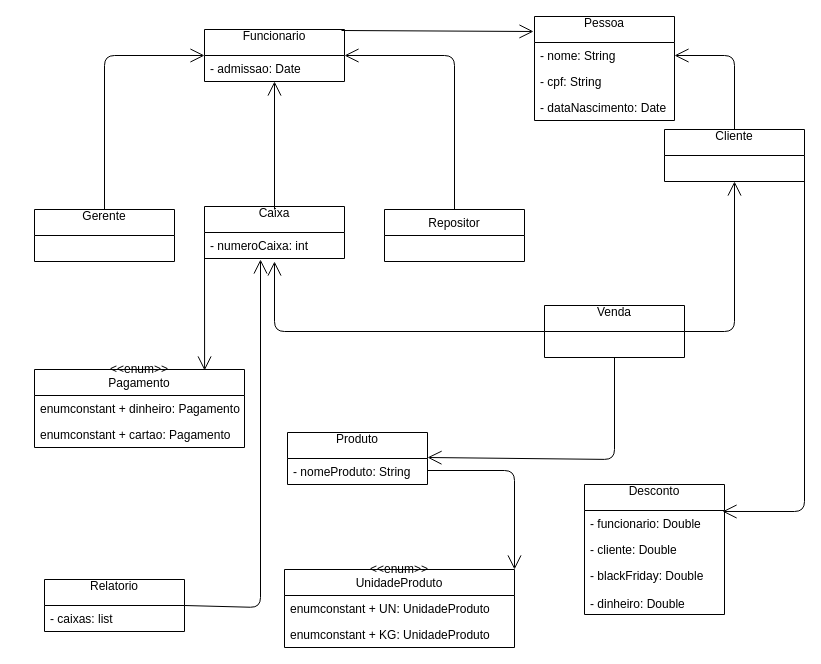
Earlier version of the draw.io diagram Mercadinho do Juvenal.drawio (Thamires-Lopes/mpoo-tlm-20191). Source tidied: cells renumbered, new cells numbered last; positions are measured from the earlier drawing's top-left corner, leaving out a move shared by most shapes. Both pictures are drawn from the tidied source at 100%, with x=0, y=0 at pixel (34, 16).
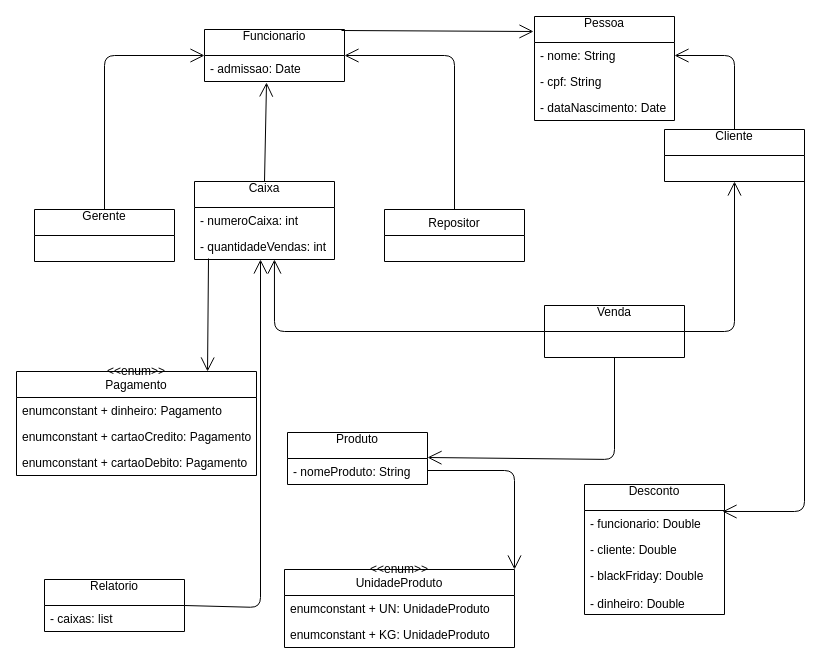
After the change.

The change refers to these unchanged cells:
```xml
<mxCell id="4" value="Venda&#10;" style="swimlane;fontStyle=0;horizontal=1;startSize=26;fillColor=none;" parent="1" vertex="1">
  <mxGeometry x="510" y="289" width="140" height="52" as="geometry" />
</mxCell>
<mxCell id="32" value="- admissao: Date&#10;" style="text;strokeColor=none;fillColor=none;align=left;verticalAlign=top;spacingLeft=4;spacingRight=4;overflow=hidden;points=[[0,0.5],[1,0.5]];portConstraint=eastwest;" parent="31" vertex="1">
  <mxGeometry y="26" width="140" height="26" as="geometry" />
</mxCell>
<mxCell id="37" value="Relatorio&#10;" style="swimlane;fontStyle=0;horizontal=1;startSize=26;fillColor=none;" parent="1" vertex="1">
  <mxGeometry x="10" y="563" width="140" height="52" as="geometry" />
</mxCell>
```

Change to the diagram source:
```diff
@@
-    <mxCell id="7" style="endArrow=open;endFill=1;endSize=12;html=1;exitX=0.5;exitY=0;exitDx=0;exitDy=0;entryX=0.5;entryY=1;entryDx=0;entryDy=0;" parent="1" edge="1">
-      <mxGeometry relative="1" as="geometry">
-        <mxPoint x="240" y="193" as="sourcePoint" />
-        <mxPoint x="240" y="65" as="targetPoint" />
-      </mxGeometry>
+    <mxCell id="7" style="endArrow=open;endFill=1;endSize=12;html=1;exitX=0.5;exitY=0;exitDx=0;exitDy=0;entryX=0.443;entryY=1.038;entryDx=0;entryDy=0;entryPerimeter=0;" parent="1" edge="1" source="21" target="32">
+      <mxGeometry relative="1" as="geometry" />
     </mxCell>
@@
-    <mxCell id="12" style="endArrow=open;endFill=1;endSize=12;html=1;entryX=0.5;entryY=1;entryDx=0;entryDy=0;exitX=0;exitY=0.5;exitDx=0;exitDy=0;" parent="1" edge="1" source="4">
+    <mxCell id="12" style="endArrow=open;endFill=1;endSize=12;html=1;entryX=0.571;entryY=1;entryDx=0;entryDy=0;exitX=0;exitY=0.5;exitDx=0;exitDy=0;entryPerimeter=0;" parent="1" edge="1" source="4" target="42">
       <mxGeometry relative="1" as="geometry">
-        <mxPoint x="240" y="245" as="targetPoint" />
         <Array as="points">
           <mxPoint x="240" y="315" />
         </Array>
       </mxGeometry>
     </mxCell>
@@
-    <mxCell id="15" style="endArrow=open;endFill=1;endSize=12;html=1;exitX=0;exitY=0.115;exitDx=0;exitDy=0;exitPerimeter=0;entryX=0.81;entryY=0.013;entryDx=0;entryDy=0;entryPerimeter=0;" parent="1" edge="1" source="22" target="28">
+    <mxCell id="15" style="endArrow=open;endFill=1;endSize=12;html=1;exitX=0.1;exitY=0.962;exitDx=0;exitDy=0;exitPerimeter=0;entryX=0.796;entryY=0;entryDx=0;entryDy=0;entryPerimeter=0;" parent="1" edge="1" source="42" target="28">
       <mxGeometry relative="1" as="geometry" />
     </mxCell>
@@
-    <mxCell id="21" value="Caixa&#10;" style="swimlane;fontStyle=0;horizontal=1;startSize=26;fillColor=none;" parent="1" vertex="1">
-      <mxGeometry x="170" y="190" width="140" height="52" as="geometry" />
-    </mxCell>
-    <mxCell id="22" value="- numeroCaixa: int&#10;" style="text;strokeColor=none;fillColor=none;align=left;verticalAlign=top;spacingLeft=4;spacingRight=4;overflow=hidden;points=[[0,0.5],[1,0.5]];portConstraint=eastwest;" parent="21" vertex="1">
-      <mxGeometry y="26" width="140" height="26" as="geometry" />
-    </mxCell>
@@
-    <mxCell id="28" value="&lt;&lt;enum&gt;&gt;&#10;Pagamento&#10;" style="swimlane;fontStyle=0;horizontal=1;startSize=26;fillColor=none;" parent="1" vertex="1">
-      <mxGeometry y="353" width="210" height="78" as="geometry" />
-    </mxCell>
-    <mxCell id="29" value="enumconstant + dinheiro: Pagamento&#10;" style="text;strokeColor=none;fillColor=none;align=left;verticalAlign=top;spacingLeft=4;spacingRight=4;overflow=hidden;" parent="28" vertex="1">
-      <mxGeometry y="26" width="210" height="26" as="geometry" />
-    </mxCell>
-    <mxCell id="30" value="enumconstant + cartao: Pagamento&#10;" style="text;strokeColor=none;fillColor=none;align=left;verticalAlign=top;spacingLeft=4;spacingRight=4;overflow=hidden;" parent="28" vertex="1">
-      <mxGeometry y="52" width="210" height="26" as="geometry" />
-    </mxCell>
@@
-    <mxCell id="39" style="endArrow=open;endFill=1;endSize=12;html=1;entryX=0.4;entryY=1.038;entryDx=0;entryDy=0;entryPerimeter=0;exitX=1;exitY=0.5;exitDx=0;exitDy=0;" parent="1" edge="1" source="37" target="22">
+    <mxCell id="39" style="endArrow=open;endFill=1;endSize=12;html=1;entryX=0.4;entryY=1.038;entryDx=0;entryDy=0;entryPerimeter=0;exitX=1;exitY=0.5;exitDx=0;exitDy=0;" parent="1" edge="1" source="37">
       <mxGeometry relative="1" as="geometry">
+        <mxPoint x="226" y="243" as="targetPoint" />
         <Array as="points">
           <mxPoint x="226" y="591" />
         </Array>
       </mxGeometry>
     </mxCell>
+    <mxCell id="28" value="&lt;&lt;enum&gt;&gt;&#10;Pagamento&#10;" style="swimlane;fontStyle=0;horizontal=1;startSize=26;fillColor=none;" parent="1" vertex="1">
+      <mxGeometry x="-18" y="355" width="240" height="104" as="geometry" />
+    </mxCell>
+    <mxCell id="29" value="enumconstant + dinheiro: Pagamento&#10;" style="text;strokeColor=none;fillColor=none;align=left;verticalAlign=top;spacingLeft=4;spacingRight=4;overflow=hidden;" parent="28" vertex="1">
+      <mxGeometry y="26" width="240" height="26" as="geometry" />
+    </mxCell>
+    <mxCell id="40" value="enumconstant + cartaoCredito: Pagamento&#10;" style="text;strokeColor=none;fillColor=none;align=left;verticalAlign=top;spacingLeft=4;spacingRight=4;overflow=hidden;" parent="28" vertex="1">
+      <mxGeometry y="52" width="240" height="26" as="geometry" />
+    </mxCell>
+    <mxCell id="41" value="enumconstant + cartaoDebito: Pagamento&#10;" style="text;strokeColor=none;fillColor=none;align=left;verticalAlign=top;spacingLeft=4;spacingRight=4;overflow=hidden;" parent="28" vertex="1">
+      <mxGeometry y="78" width="240" height="26" as="geometry" />
+    </mxCell>
+    <mxCell id="21" value="Caixa&#10;" style="swimlane;fontStyle=0;horizontal=1;startSize=26;fillColor=none;" parent="1" vertex="1">
+      <mxGeometry x="160" y="165" width="140" height="78" as="geometry" />
+    </mxCell>
+    <mxCell id="22" value="- numeroCaixa: int&#10;" style="text;strokeColor=none;fillColor=none;align=left;verticalAlign=top;spacingLeft=4;spacingRight=4;overflow=hidden;points=[[0,0.5],[1,0.5]];portConstraint=eastwest;" parent="21" vertex="1">
+      <mxGeometry y="26" width="140" height="26" as="geometry" />
+    </mxCell>
+    <mxCell id="42" value="- quantidadeVendas: int&#10;" style="text;strokeColor=none;fillColor=none;align=left;verticalAlign=top;spacingLeft=4;spacingRight=4;overflow=hidden;points=[[0,0.5],[1,0.5]];portConstraint=eastwest;" parent="21" vertex="1">
+      <mxGeometry y="52" width="140" height="26" as="geometry" />
+    </mxCell>
```
